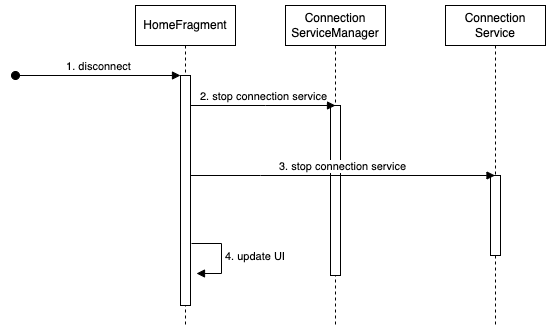
The draw.io diagram my-thesis/diagrams/stop-connection-service-homefragment.drawio.png in ba-nhermanto/thesis, before a commit. Source tidied: cells renumbered, new cells last; positions are measured from the earlier drawing's top-left corner, leaving out a move shared by most shapes. Its diagram source:
```xml
<mxGraphModel>
  <root>
    <mxCell id="0" />
    <mxCell id="1" parent="0" />
    <mxCell id="2" value="HomeFragment" style="shape=umlLifeline;perimeter=lifelinePerimeter;whiteSpace=wrap;html=1;newEdgeStyle={&quot;edgeStyle&quot;:&quot;elbowEdgeStyle&quot;,&quot;elbow&quot;:&quot;vertical&quot;,&quot;curved&quot;:0,&quot;rounded&quot;:0};" parent="1" vertex="1">
      <mxGeometry x="120" width="100" height="320" as="geometry" />
    </mxCell>
    <mxCell id="3" style="html=1;points=[];perimeter=orthogonalPerimeter;outlineConnect=0;targetShapes=umlLifeline;portConstraint=eastwest;newEdgeStyle={&quot;edgeStyle&quot;:&quot;elbowEdgeStyle&quot;,&quot;elbow&quot;:&quot;vertical&quot;,&quot;curved&quot;:0,&quot;rounded&quot;:0};" parent="2" vertex="1">
      <mxGeometry x="45" y="70" width="10" height="230" as="geometry" />
    </mxCell>
    <mxCell id="4" value="1. disconnect" style="html=1;verticalAlign=bottom;startArrow=oval;endArrow=block;startSize=8;edgeStyle=elbowEdgeStyle;elbow=vertical;curved=0;rounded=0;" parent="2" edge="1" target="3">
      <mxGeometry relative="1" as="geometry">
        <mxPoint x="-120" y="70" as="sourcePoint" />
      </mxGeometry>
    </mxCell>
    <mxCell id="5" value="4. update UI" style="html=1;align=left;spacingLeft=2;endArrow=block;rounded=0;edgeStyle=orthogonalEdgeStyle;curved=0;rounded=0;" parent="2" edge="1">
      <mxGeometry relative="1" as="geometry">
        <mxPoint x="56" y="238" as="sourcePoint" />
        <mxPoint x="61" y="268" as="targetPoint" />
        <Array as="points">
          <mxPoint x="86" y="268" />
        </Array>
      </mxGeometry>
    </mxCell>
    <mxCell id="6" value="Connection&lt;br&gt;Service" style="shape=umlLifeline;perimeter=lifelinePerimeter;whiteSpace=wrap;html=1;newEdgeStyle={&quot;edgeStyle&quot;:&quot;elbowEdgeStyle&quot;,&quot;elbow&quot;:&quot;vertical&quot;,&quot;curved&quot;:0,&quot;rounded&quot;:0};" parent="1" vertex="1">
      <mxGeometry x="430" width="100" height="320" as="geometry" />
    </mxCell>
    <mxCell id="7" style="html=1;perimeter=orthogonalPerimeter;targetShapes=umlLifeline;newEdgeStyle={&quot;edgeStyle&quot;:&quot;elbowEdgeStyle&quot;,&quot;elbow&quot;:&quot;vertical&quot;,&quot;curved&quot;:0,&quot;rounded&quot;:0};" parent="6" vertex="1">
      <mxGeometry x="45" y="170" width="10" height="80" as="geometry" />
    </mxCell>
    <mxCell id="8" value="Connection&lt;br&gt;ServiceManager" style="shape=umlLifeline;perimeter=lifelinePerimeter;whiteSpace=wrap;html=1;newEdgeStyle={&quot;edgeStyle&quot;:&quot;elbowEdgeStyle&quot;,&quot;elbow&quot;:&quot;vertical&quot;,&quot;curved&quot;:0,&quot;rounded&quot;:0};" parent="1" vertex="1">
      <mxGeometry x="270" width="100" height="320" as="geometry" />
    </mxCell>
    <mxCell id="9" style="html=1;points=[];perimeter=orthogonalPerimeter;outlineConnect=0;targetShapes=umlLifeline;portConstraint=eastwest;newEdgeStyle={&quot;edgeStyle&quot;:&quot;elbowEdgeStyle&quot;,&quot;elbow&quot;:&quot;vertical&quot;,&quot;curved&quot;:0,&quot;rounded&quot;:0};" parent="8" vertex="1">
      <mxGeometry x="45" y="100" width="10" height="170" as="geometry" />
    </mxCell>
    <mxCell id="10" value="2. stop connection service" style="html=1;verticalAlign=bottom;endArrow=block;edgeStyle=elbowEdgeStyle;elbow=vertical;curved=0;rounded=0;" parent="1" edge="1">
      <mxGeometry relative="1" as="geometry">
        <mxPoint x="175" y="100" as="sourcePoint" />
        <mxPoint x="320" y="100" as="targetPoint" />
        <Array as="points">
          <mxPoint x="250" y="100" />
        </Array>
      </mxGeometry>
    </mxCell>
    <mxCell id="11" value="3. stop connection service" style="html=1;verticalAlign=bottom;endArrow=block;edgeStyle=elbowEdgeStyle;elbow=vertical;curved=0;rounded=0;" parent="1" edge="1">
      <mxGeometry relative="1" as="geometry">
        <mxPoint x="175" y="170" as="sourcePoint" />
        <mxPoint x="479.5" y="170" as="targetPoint" />
        <Array as="points">
          <mxPoint x="245" y="170" />
        </Array>
      </mxGeometry>
    </mxCell>
  </root>
</mxGraphModel>
```
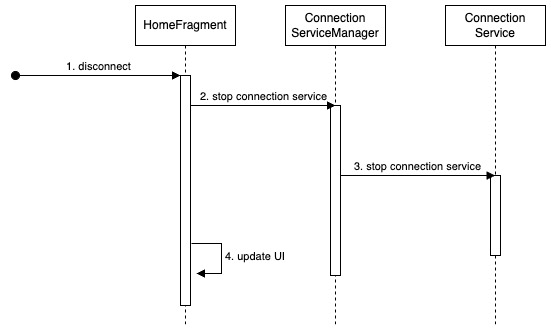
After the change.

The edit, as a diff of the source:
```diff
@@ -43,13 +43,9 @@
         </Array>
       </mxGeometry>
     </mxCell>
-    <mxCell id="11" value="3. stop connection service" style="html=1;verticalAlign=bottom;endArrow=block;edgeStyle=elbowEdgeStyle;elbow=vertical;curved=0;rounded=0;" parent="1" edge="1">
+    <mxCell id="11" value="3. stop connection service" style="html=1;verticalAlign=bottom;endArrow=block;edgeStyle=elbowEdgeStyle;elbow=vertical;curved=0;rounded=0;" parent="1" edge="1" source="9">
       <mxGeometry relative="1" as="geometry">
-        <mxPoint x="175" y="170" as="sourcePoint" />
         <mxPoint x="479.5" y="170" as="targetPoint" />
-        <Array as="points">
-          <mxPoint x="245" y="170" />
-        </Array>
       </mxGeometry>
     </mxCell>
   </root>
```
